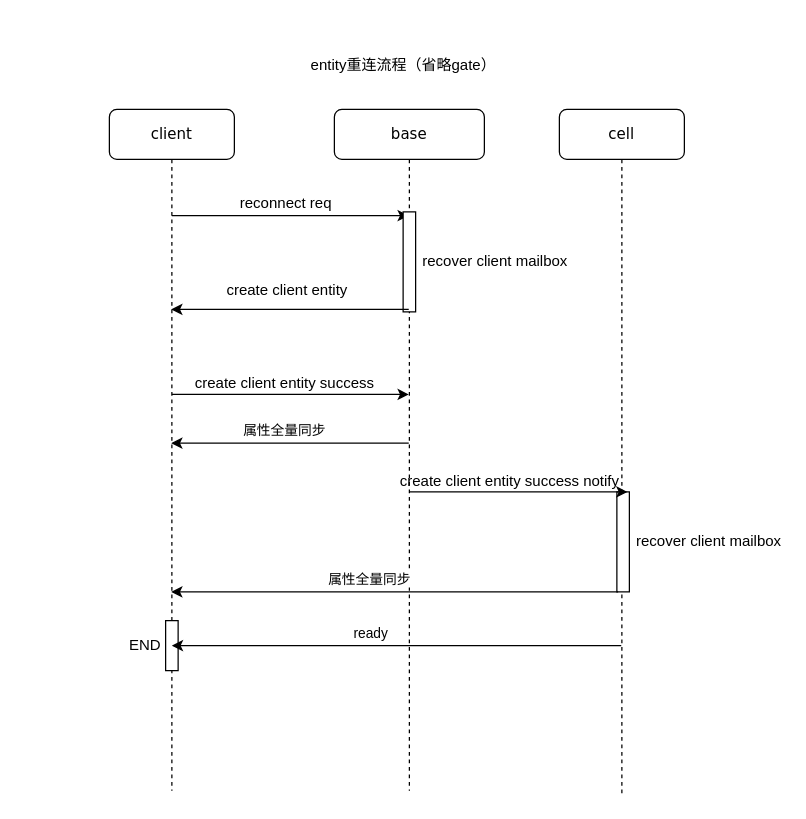
Before: doc/流程图/entity断线重连流程.drawio in 610789338/yjengine, a draw.io diagram. Source tidied: cells renumbered, new cells numbered last; positions are measured from the earlier drawing's top-left corner, leaving out a move shared by most shapes. Both pictures are drawn from the tidied source at 125%, with x=0, y=0 at pixel (109, 46).
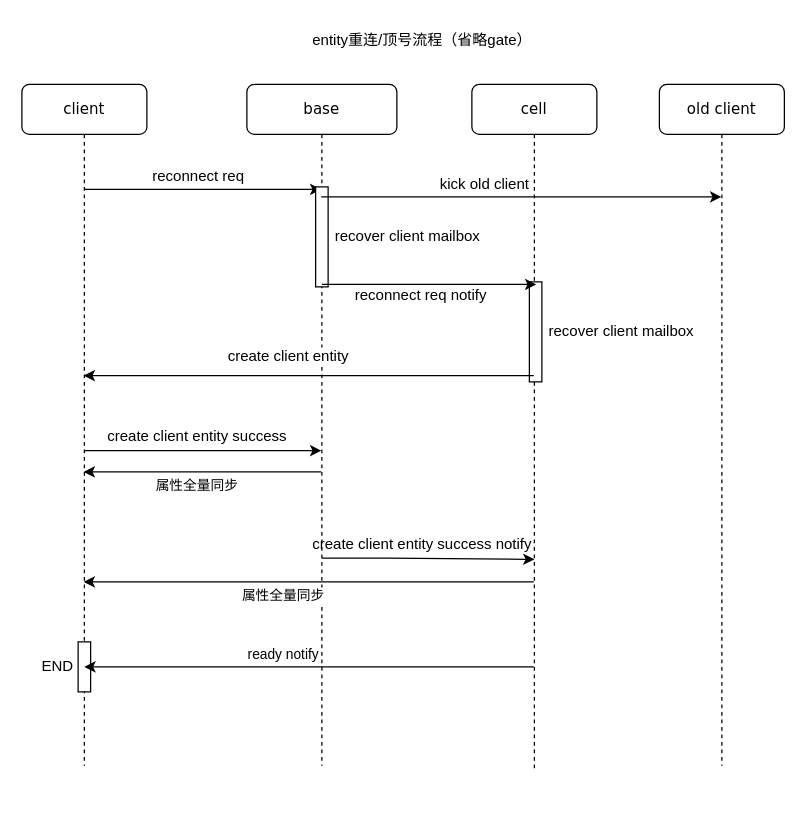
Above is the later version.

Change to the diagram source:
```diff
@@
     <mxCell id="2" value="client" style="shape=umlLifeline;perimeter=lifelinePerimeter;whiteSpace=wrap;html=1;outlineConnect=0;rounded=1;shadow=0;comic=0;labelBackgroundColor=none;strokeWidth=1;fontFamily=Verdana;fontSize=12;align=center;" parent="1" vertex="1">
-      <mxGeometry y="50" width="100" height="545" as="geometry" />
+      <mxGeometry x="-70" y="30" width="100" height="545" as="geometry" />
     </mxCell>
     <mxCell id="3" style="endArrow=classic;html=1;rounded=0;" parent="2" edge="1">
       <mxGeometry x="0.01" y="10" relative="1" as="geometry">
-        <mxPoint x="50" y="228" as="sourcePoint" />
-        <mxPoint x="239.5" y="228" as="targetPoint" />
+        <mxPoint x="50" y="293" as="sourcePoint" />
+        <mxPoint x="239.5" y="293" as="targetPoint" />
         <Array as="points">
-          <mxPoint x="116.8" y="228" />
+          <mxPoint x="116.8" y="293" />
         </Array>
       </mxGeometry>
     </mxCell>
     <mxCell id="4" value="END&amp;nbsp; &amp;nbsp; &amp;nbsp; &amp;nbsp; &amp;nbsp; &amp;nbsp; &amp;nbsp;" style="html=1;perimeter=orthogonalPerimeter;" parent="2" vertex="1">
-      <mxGeometry x="45" y="409" width="10" height="40" as="geometry" />
+      <mxGeometry x="45" y="446" width="10" height="40" as="geometry" />
     </mxCell>
     <mxCell id="5" value="base" style="shape=umlLifeline;perimeter=lifelinePerimeter;whiteSpace=wrap;html=1;outlineConnect=0;rounded=1;shadow=0;comic=0;labelBackgroundColor=none;strokeWidth=1;fontFamily=Verdana;fontSize=12;align=center;" parent="1" vertex="1">
-      <mxGeometry x="180" y="50" width="120" height="545" as="geometry" />
+      <mxGeometry x="110" y="30" width="120" height="545" as="geometry" />
     </mxCell>
     <mxCell id="6" style="endArrow=classic;html=1;rounded=0;" parent="5" edge="1">
       <mxGeometry x="0.01" y="10" relative="1" as="geometry">
-        <mxPoint x="-130" y="85" as="sourcePoint" />
-        <mxPoint x="59.5" y="85" as="targetPoint" />
+        <mxPoint x="-130" y="84" as="sourcePoint" />
+        <mxPoint x="59.5" y="84" as="targetPoint" />
         <Array as="points">
-          <mxPoint x="-59.5" y="85" />
+          <mxPoint x="-59.5" y="84" />
         </Array>
       </mxGeometry>
     </mxCell>
@@
     <mxCell id="8" style="endArrow=classic;html=1;rounded=0;fontSize=12;" parent="5" edge="1">
       <mxGeometry relative="1" as="geometry">
-        <mxPoint x="229.5" y="429" as="sourcePoint" />
-        <mxPoint x="-130" y="429" as="targetPoint" />
+        <mxPoint x="229.5" y="466" as="sourcePoint" />
+        <mxPoint x="-130" y="466" as="targetPoint" />
         <Array as="points">
-          <mxPoint x="81" y="429" />
+          <mxPoint x="81" y="466" />
         </Array>
       </mxGeometry>
     </mxCell>
-    <mxCell id="9" value="ready" style="edgeLabel;html=1;align=center;verticalAlign=middle;" parent="8" vertex="1">
+    <mxCell id="9" value="ready notify" style="edgeLabel;html=1;align=center;verticalAlign=middle;" parent="8" vertex="1">
       <mxGeometry x="0.19" y="-2" relative="1" as="geometry">
         <mxPoint x="13" y="-9" as="offset" />
       </mxGeometry>
     </mxCell>
     <mxCell id="10" value="cell" style="shape=umlLifeline;perimeter=lifelinePerimeter;whiteSpace=wrap;html=1;outlineConnect=0;rounded=1;shadow=0;comic=0;labelBackgroundColor=none;strokeWidth=1;fontFamily=Verdana;fontSize=12;align=center;" parent="1" vertex="1">
-      <mxGeometry x="360" y="50" width="100" height="550" as="geometry" />
+      <mxGeometry x="290" y="30" width="100" height="550" as="geometry" />
     </mxCell>
     <mxCell id="11" value="&amp;nbsp; &amp;nbsp; &amp;nbsp; &amp;nbsp; &amp;nbsp; &amp;nbsp; &amp;nbsp; &amp;nbsp; &amp;nbsp; &amp;nbsp; &amp;nbsp; &amp;nbsp; &amp;nbsp; &amp;nbsp; &amp;nbsp; &amp;nbsp; &amp;nbsp; &amp;nbsp; &amp;nbsp; &amp;nbsp; &amp;nbsp;recover client mailbox" style="html=1;points=[];perimeter=orthogonalPerimeter;" parent="10" vertex="1">
-      <mxGeometry x="46" y="306" width="10" height="80" as="geometry" />
+      <mxGeometry x="46" y="158" width="10" height="80" as="geometry" />
     </mxCell>
+    <mxCell id="23" style="endArrow=classic;html=1;rounded=0;" parent="10" edge="1" source="5">
+      <mxGeometry x="0.01" y="10" relative="1" as="geometry">
+        <mxPoint x="199.5" y="90" as="targetPoint" />
+        <Array as="points">
+          <mxPoint x="80.5" y="90" />
+        </Array>
+      </mxGeometry>
+    </mxCell>
     <mxCell id="12" value="reconnect req" style="text;html=1;align=center;verticalAlign=middle;strokeColor=none;fillColor=none;" parent="1" vertex="1">
-      <mxGeometry x="91" y="110" width="100" height="30" as="geometry" />
+      <mxGeometry x="21" y="89" width="100" height="30" as="geometry" />
     </mxCell>
-    <mxCell id="13" style="endArrow=classic;html=1;rounded=0;fontSize=12;" parent="1" edge="1">
+    <mxCell id="13" style="endArrow=classic;html=1;rounded=0;fontSize=12;" parent="1" edge="1" source="10">
       <mxGeometry relative="1" as="geometry">
-        <mxPoint x="239.5" y="210" as="sourcePoint" />
-        <mxPoint x="49.5" y="210" as="targetPoint" />
+        <mxPoint x="-20.5" y="263" as="targetPoint" />
         <Array as="points">
-          <mxPoint x="100" y="210" />
+          <mxPoint x="30" y="263" />
         </Array>
       </mxGeometry>
     </mxCell>
@@
-    <mxCell id="15" value="entity重连流程（省略gate）" style="text;html=1;align=center;verticalAlign=middle;strokeColor=none;fillColor=none;" parent="1" vertex="1">
-      <mxGeometry x="150" width="170" height="30" as="geometry" />
+    <mxCell id="15" value="entity重连/顶号流程（省略gate）" style="text;html=1;align=center;verticalAlign=middle;strokeColor=none;fillColor=none;" parent="1" vertex="1">
+      <mxGeometry x="150" y="-20" width="200" height="30" as="geometry" />
     </mxCell>
     <mxCell id="16" value="create client entity success" style="text;html=1;align=center;verticalAlign=middle;strokeColor=none;fillColor=none;" parent="1" vertex="1">
-      <mxGeometry x="55" y="254" width="170" height="30" as="geometry" />
+      <mxGeometry x="-15" y="297" width="170" height="30" as="geometry" />
     </mxCell>
     <mxCell id="17" style="endArrow=classic;html=1;rounded=0;fontSize=12;" parent="1" edge="1">
       <mxGeometry relative="1" as="geometry">
-        <mxPoint x="239.5" y="317" as="sourcePoint" />
-        <mxPoint x="49.5" y="317" as="targetPoint" />
+        <mxPoint x="169.5" y="340" as="sourcePoint" />
+        <mxPoint x="-20.5" y="340" as="targetPoint" />
         <Array as="points">
-          <mxPoint x="100" y="317" />
+          <mxPoint x="30" y="340" />
         </Array>
       </mxGeometry>
     </mxCell>
     <mxCell id="18" value="属性全量同步" style="edgeLabel;html=1;align=center;verticalAlign=middle;" parent="17" vertex="1">
       <mxGeometry x="0.19" y="-2" relative="1" as="geometry">
-        <mxPoint x="13" y="-9" as="offset" />
+        <mxPoint x="13" y="12" as="offset" />
       </mxGeometry>
     </mxCell>
     <mxCell id="19" style="endArrow=classic;html=1;rounded=0;" parent="1" edge="1">
       <mxGeometry x="0.01" y="10" relative="1" as="geometry">
-        <mxPoint x="240" y="356" as="sourcePoint" />
-        <mxPoint x="414.5" y="356" as="targetPoint" />
+        <mxPoint x="170" y="409" as="sourcePoint" />
+        <mxPoint x="340" y="410" as="targetPoint" />
         <Array as="points">
-          <mxPoint x="291.8" y="356" />
+          <mxPoint x="221.8" y="409" />
         </Array>
       </mxGeometry>
     </mxCell>
     <mxCell id="20" value="create client entity success notify" style="text;html=1;align=center;verticalAlign=middle;strokeColor=none;fillColor=none;" parent="1" vertex="1">
-      <mxGeometry x="220" y="333" width="200" height="30" as="geometry" />
+      <mxGeometry x="150" y="383" width="200" height="30" as="geometry" />
     </mxCell>
-    <mxCell id="21" style="endArrow=classic;html=1;rounded=0;fontSize=12;exitX=0.1;exitY=1;exitDx=0;exitDy=0;exitPerimeter=0;" parent="1" edge="1" source="11" target="2">
+    <mxCell id="21" style="endArrow=classic;html=1;rounded=0;fontSize=12;" parent="1" edge="1">
       <mxGeometry relative="1" as="geometry">
+        <mxPoint x="339.5" y="428" as="sourcePoint" />
+        <mxPoint x="-20.5" y="428" as="targetPoint" />
         <Array as="points">
-          <mxPoint x="260.5" y="436" />
+          <mxPoint x="190.5" y="428" />
         </Array>
       </mxGeometry>
     </mxCell>
     <mxCell id="22" value="属性全量同步" style="edgeLabel;html=1;align=center;verticalAlign=middle;" parent="21" vertex="1">
       <mxGeometry x="0.19" y="-2" relative="1" as="geometry">
-        <mxPoint x="13" y="-9" as="offset" />
+        <mxPoint x="13" y="12" as="offset" />
       </mxGeometry>
     </mxCell>
+    <mxCell id="24" style="endArrow=classic;html=1;rounded=0;" parent="1" edge="1">
+      <mxGeometry x="0.01" y="10" relative="1" as="geometry">
+        <mxPoint x="170" y="190" as="sourcePoint" />
+        <mxPoint x="341.5" y="190" as="targetPoint" />
+        <Array as="points">
+          <mxPoint x="222.5" y="190" />
+        </Array>
+      </mxGeometry>
+    </mxCell>
+    <mxCell id="25" value="reconnect req notify" style="text;html=1;align=center;verticalAlign=middle;strokeColor=none;fillColor=none;" parent="1" vertex="1">
+      <mxGeometry x="184" y="184" width="130" height="30" as="geometry" />
+    </mxCell>
+    <mxCell id="26" value="old client" style="shape=umlLifeline;perimeter=lifelinePerimeter;whiteSpace=wrap;html=1;rounded=1;shadow=0;comic=0;labelBackgroundColor=none;strokeWidth=1;fontFamily=Verdana;fontSize=12;align=center;" parent="1" vertex="1">
+      <mxGeometry x="440" y="30" width="100" height="545" as="geometry" />
+    </mxCell>
+    <mxCell id="27" value="kick old client" style="text;html=1;align=center;verticalAlign=middle;strokeColor=none;fillColor=none;" parent="1" vertex="1">
+      <mxGeometry x="255" y="95" width="90" height="30" as="geometry" />
+    </mxCell>
```
